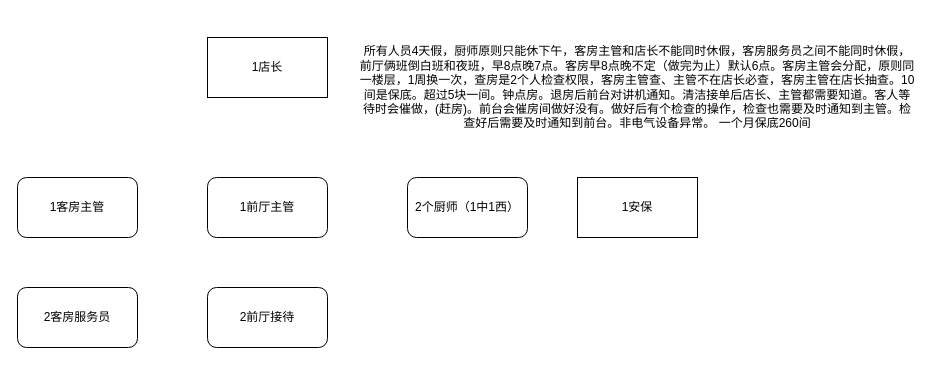
daniel-7d/draw keeps this draw.io diagram as xzzh/阅漫酒店情况.drawio. Above is the earlier version. Source tidied: cells renumbered, new cells numbered last; positions are measured from the earlier drawing's top-left corner, leaving out a move shared by most shapes. Both pictures are drawn from the tidied source at 100%, with x=0, y=0 at pixel (17, 17).
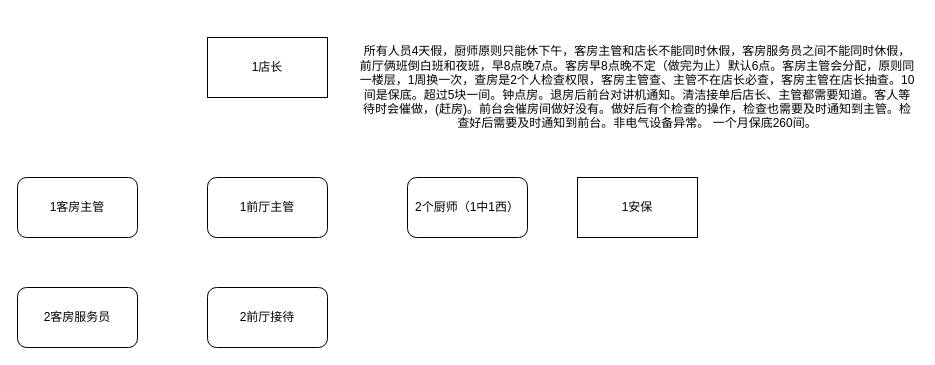
The same diagram, later.

Commit message:
更新阅漫酒店情况.drawio

The edit, as a diff of the source:
```diff
@@
 <mxGraphModel>
   <root>
     <mxCell id="0" />
     <mxCell id="1" parent="0" />
     <mxCell id="2" value="1店长" style="rounded=0;whiteSpace=wrap;html=1;" parent="1" vertex="1">
       <mxGeometry x="190" y="20" width="120" height="60" as="geometry" />
     </mxCell>
     <mxCell id="3" value="2客房服务员" style="rounded=1;whiteSpace=wrap;html=1;" parent="1" vertex="1">
       <mxGeometry y="270" width="120" height="60" as="geometry" />
     </mxCell>
     <mxCell id="4" value="1客房主管" style="rounded=1;whiteSpace=wrap;html=1;" parent="1" vertex="1">
       <mxGeometry y="160" width="120" height="60" as="geometry" />
     </mxCell>
     <mxCell id="5" value="1前厅主管" style="rounded=1;whiteSpace=wrap;html=1;" parent="1" vertex="1">
       <mxGeometry x="190" y="160" width="120" height="60" as="geometry" />
     </mxCell>
     <mxCell id="6" value="2前厅接待" style="rounded=1;whiteSpace=wrap;html=1;" parent="1" vertex="1">
       <mxGeometry x="190" y="270" width="120" height="60" as="geometry" />
     </mxCell>
     <mxCell id="7" value="2个厨师（1中1西）" style="rounded=1;whiteSpace=wrap;html=1;" parent="1" vertex="1">
       <mxGeometry x="390" y="160" width="120" height="60" as="geometry" />
     </mxCell>
     <mxCell id="8" value="1安保" style="rounded=0;whiteSpace=wrap;html=1;" parent="1" vertex="1">
       <mxGeometry x="560" y="160" width="120" height="60" as="geometry" />
     </mxCell>
-    <mxCell id="9" value="所有人员4天假，厨师原则只能休下午，客房主管和店长不能同时休假，客房服务员之间不能同时休假，前厅俩班倒白班和夜班，早8点晚7点。客房早8点晚不定（做完为止）默认6点。客房主管会分配，原则同一楼层，1周换一次，查房是2个人检查权限，客房主管查、主管不在店长必查，客房主管在店长抽查。10间是保底。超过5块一间。钟点房。退房后前台对讲机通知。清洁接单后店长、主管都需要知道。客人等待时会催做，(赶房)。前台会催房间做好没有。做好后有个检查的操作，检查也需要及时通知到主管。检查好后需要及时通知到前台。非电气设备异常。 一个月保底260间" style="text;html=1;align=center;verticalAlign=middle;whiteSpace=wrap;rounded=0;" parent="1" vertex="1">
+    <mxCell id="9" value="所有人员4天假，厨师原则只能休下午，客房主管和店长不能同时休假，客房服务员之间不能同时休假，前厅俩班倒白班和夜班，早8点晚7点。客房早8点晚不定（做完为止）默认6点。客房主管会分配，原则同一楼层，1周换一次，查房是2个人检查权限，客房主管查、主管不在店长必查，客房主管在店长抽查。10间是保底。超过5块一间。钟点房。退房后前台对讲机通知。清洁接单后店长、主管都需要知道。客人等待时会催做，(赶房)。前台会催房间做好没有。做好后有个检查的操作，检查也需要及时通知到主管。检查好后需要及时通知到前台。非电气设备异常。 一个月保底260间。" style="text;html=1;align=center;verticalAlign=middle;whiteSpace=wrap;rounded=0;" parent="1" vertex="1">
       <mxGeometry x="340" width="560" height="140" as="geometry" />
     </mxCell>
   </root>
 </mxGraphModel>
```
